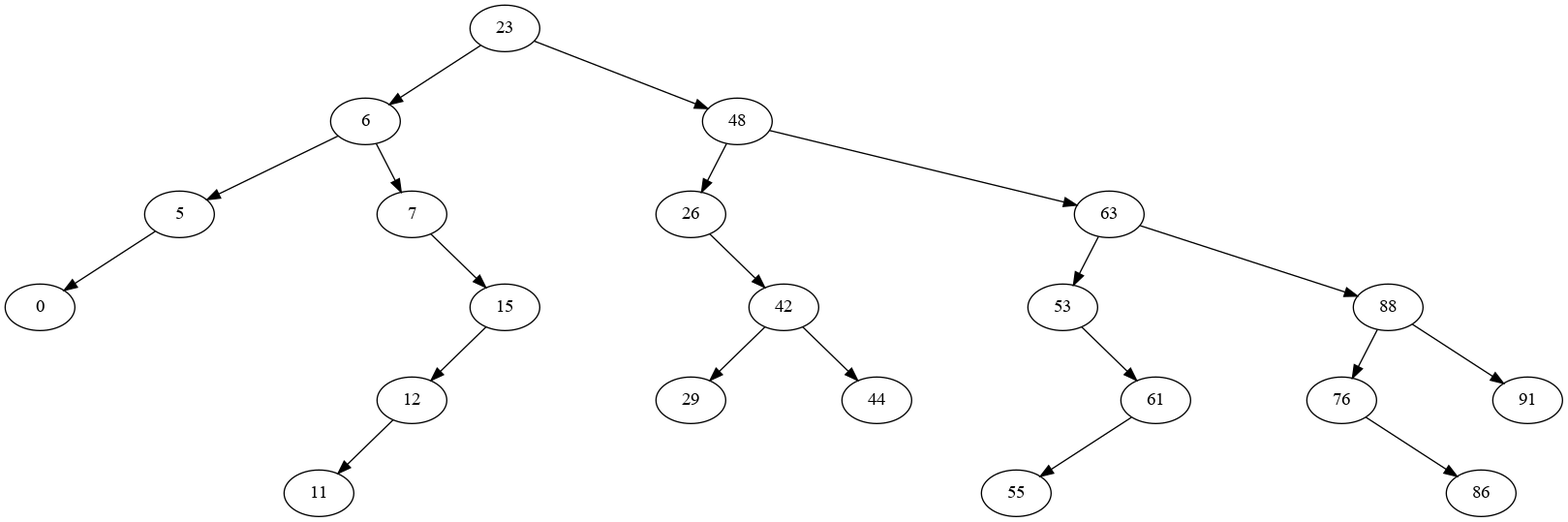
Above: docs/mp2i/files/C12/temp.png in fabricenativel/cpge-info (Graphviz), before the change. Its source is kept beside it as docs/mp2i/files/C12/temp.gv.
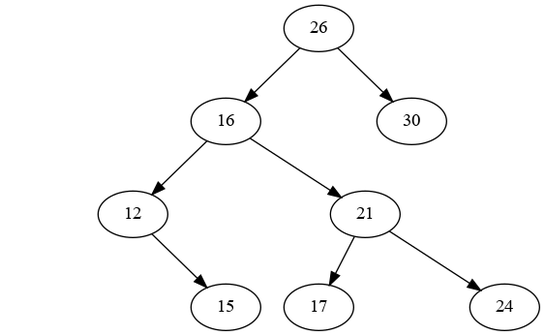
After the change.

Change to the diagram source:
```diff
@@ -1,28 +1,19 @@
 digraph mygraph {
-7 -> 5
-5 -> 2
+26 -> 16
 I0 [style=invis]
-2 -> I0 [style=invis]
+ 26 -> I0 [style=invis]
+26 -> 30
+16 -> 12
 I1 [style=invis]
-2 -> I1 [style=invis]
+ 16 -> I1 [style=invis]
+16 -> 21
 I2 [style=invis]
-2 -> I2 [style=invis]
+ 12 -> I2 [style=invis]
 I3 [style=invis]
-5 -> I3 [style=invis]
+ 12 -> I3 [style=invis]
+12 -> 15
+21 -> 17
 I4 [style=invis]
-5 -> I4 [style=invis]
-I5 [style=invis]
-7 -> I5 [style=invis]
-7 -> 9
-I6 [style=invis]
-9 -> I6 [style=invis]
-I7 [style=invis]
-9 -> I7 [style=invis]
-9 -> 11
-I8 [style=invis]
-11 -> I8 [style=invis]
-I9 [style=invis]
-11 -> I9 [style=invis]
-I10 [style=invis]
-11 -> I10 [style=invis]
+ 21 -> I4 [style=invis]
+21 -> 24
 }
```
